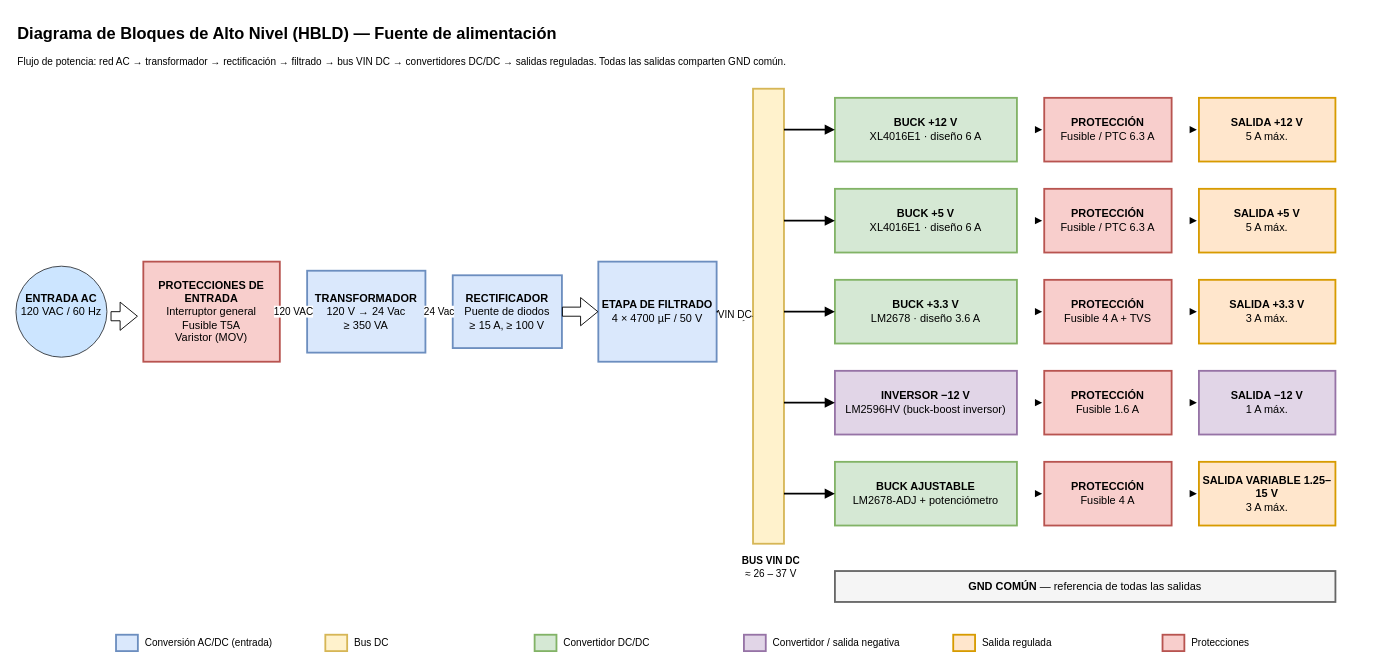
This is Documentacion/HBLD_Fuente_Multisalida.drawio from YeiGonzalez/Project1_power_supply, a draw.io file, before an edit. Source tidied: cells renumbered, new cells numbered last; positions are measured from the earlier drawing's top-left corner, leaving out a move shared by most shapes. Both pictures are drawn from the tidied source at 91%, with x=0, y=0 at pixel (15, 15).
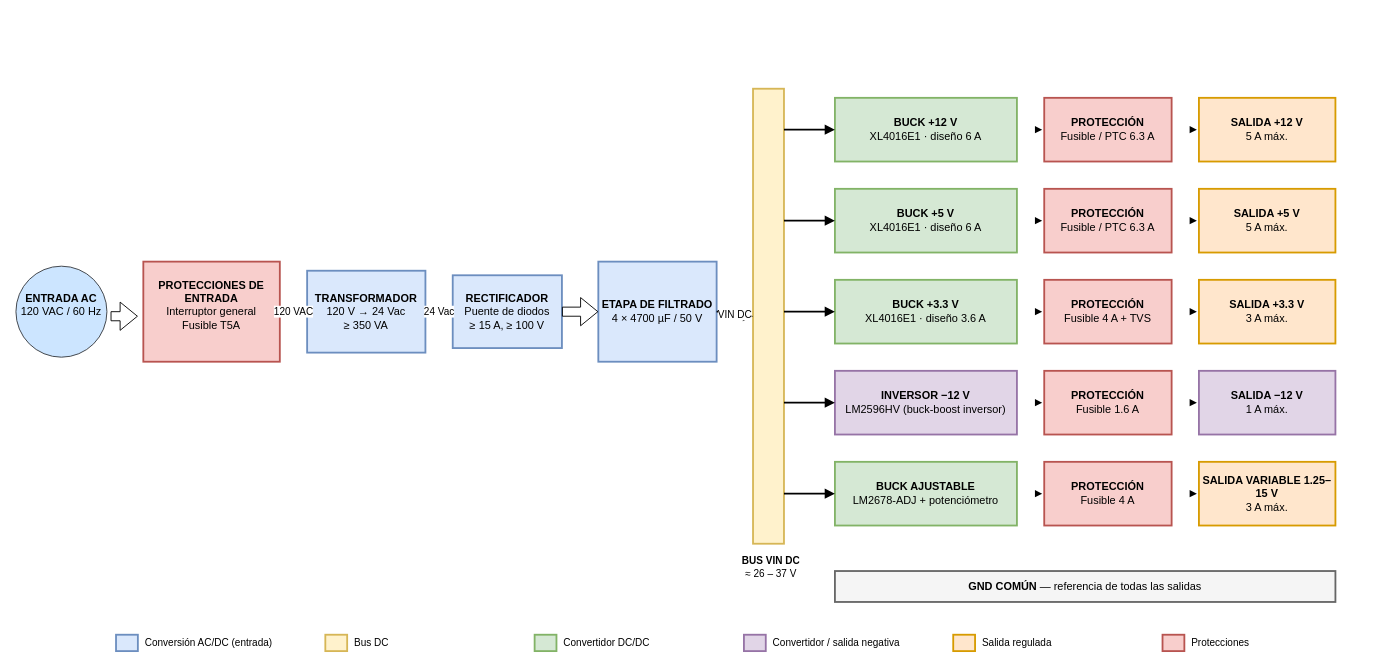
After the change.

What changed in the source:
```diff
@@
-    <mxCell id="2" value="Diagrama de Bloques de Alto Nivel (HBLD) — Fuente de alimentación" style="text;html=1;whiteSpace=wrap;align=left;verticalAlign=middle;fontSize=18;fontFamily=Arial;fontStyle=1;rounded=0;" parent="1" vertex="1">
-      <mxGeometry width="1420" height="40" as="geometry" />
-    </mxCell>
-    <mxCell id="3" value="Flujo de potencia: red AC → transformador → rectificación → filtrado → bus VIN DC → convertidores DC/DC → salidas reguladas. Todas las salidas comparten GND común." style="text;html=1;whiteSpace=wrap;align=left;verticalAlign=middle;fontSize=11;fontFamily=Arial;rounded=0;" parent="1" vertex="1">
-      <mxGeometry y="38" width="1420" height="24" as="geometry" />
-    </mxCell>
-    <mxCell id="4" value="&lt;b&gt;PROTECCIONES DE ENTRADA&lt;/b&gt;&lt;br&gt;Interruptor general&lt;br&gt;Fusible T5A&lt;br&gt;Varistor (MOV)" style="rounded=0;whiteSpace=wrap;html=1;arcSize=8;fillColor=#f8cecc;strokeColor=#b85450;strokeWidth=2;fontSize=12;fontFamily=Arial;" parent="1" vertex="1">
+    <mxCell id="4" value="&lt;b&gt;PROTECCIONES DE ENTRADA&lt;/b&gt;&lt;br&gt;Interruptor general&lt;br&gt;Fusible T5A&lt;div&gt;&lt;br/&gt;&lt;/div&gt;" style="rounded=0;whiteSpace=wrap;html=1;arcSize=8;fillColor=#f8cecc;strokeColor=#b85450;strokeWidth=2;fontSize=12;fontFamily=Arial;" parent="1" vertex="1">
       <mxGeometry x="140" y="270" width="150" height="110" as="geometry" />
     </mxCell>
@@
-    <mxCell id="25" value="&lt;b&gt;BUCK +3.3 V&lt;/b&gt;&lt;br&gt;LM2678 · diseño 3.6 A" style="rounded=0;whiteSpace=wrap;html=1;arcSize=8;fillColor=#d5e8d4;strokeColor=#82b366;strokeWidth=2;fontSize=12;fontFamily=Arial;" parent="1" vertex="1">
+    <mxCell id="25" value="&lt;b&gt;BUCK +3.3 V&lt;/b&gt;&lt;br&gt;XL4016E1 · diseño 3.6 A" style="rounded=0;whiteSpace=wrap;html=1;arcSize=8;fillColor=#d5e8d4;strokeColor=#82b366;strokeWidth=2;fontSize=12;fontFamily=Arial;" parent="1" vertex="1">
       <mxGeometry x="900" y="290" width="200" height="70" as="geometry" />
     </mxCell>
```
